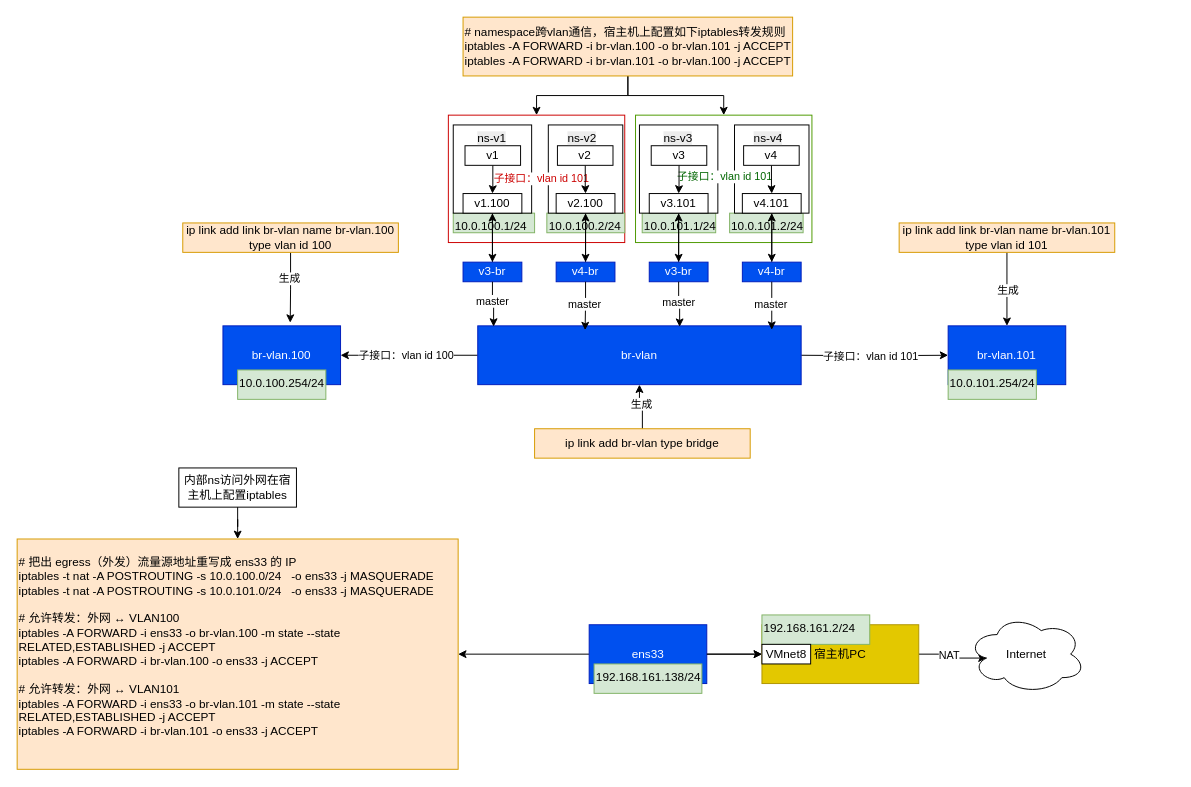
Above: vlan-模拟测试.drawio in lovegood66/network (draw.io), before the change. Source tidied: cells renumbered, new cells numbered last; positions are measured from the earlier drawing's top-left corner, leaving out a move shared by most shapes. Both pictures are drawn from the tidied source at 98%, with x=0, y=0 at pixel (17, 17).
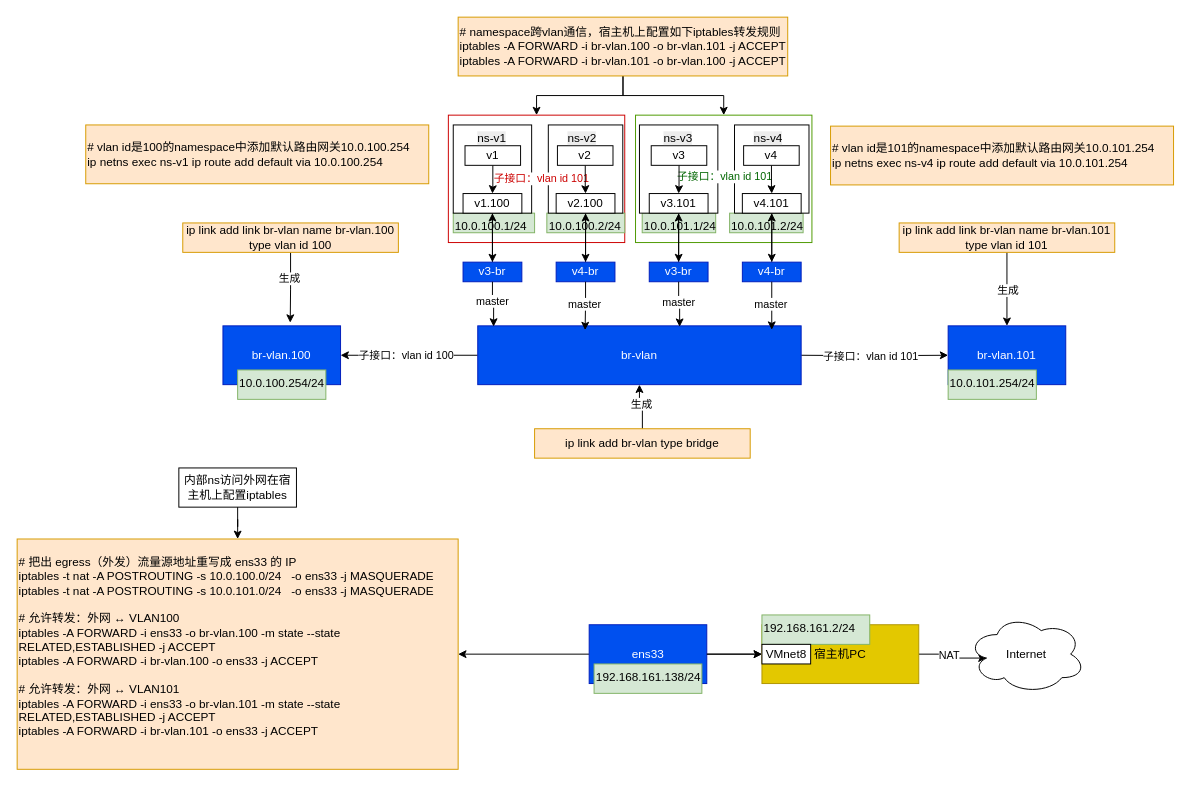
The same diagram, later.

Commit message:
更新vlan-模拟测试 531 16:46

The edit, as a diff of the source:
```diff
@@
     <mxCell id="84" value="&lt;div&gt;&lt;div&gt;&lt;div&gt;# namespace跨vlan通信，宿主机上配置如下iptables转发规则&lt;/div&gt;&lt;div&gt;iptables -A FORWARD -i br-vlan.100 -o br-vlan.101 -j ACCEPT&lt;/div&gt;&lt;div&gt;iptables -A FORWARD -i br-vlan.101 -o br-vlan.100 -j ACCEPT&lt;/div&gt;&lt;/div&gt;&lt;/div&gt;" style="text;html=1;align=left;verticalAlign=middle;whiteSpace=wrap;rounded=0;fillColor=#ffe6cc;strokeColor=#d79b00;" parent="1" vertex="1">
-      <mxGeometry x="455" width="336.3" height="60" as="geometry" />
+      <mxGeometry x="450" width="336.3" height="60" as="geometry" />
     </mxCell>
+    <mxCell id="85" value="&lt;div&gt;&lt;div&gt;&lt;div&gt;# vlan id是100的namespace中添加默认路由网关10.0.100.254&lt;/div&gt;&lt;div&gt;ip netns exec ns-v1 ip route add default via 10.0.100.254&lt;/div&gt;&lt;/div&gt;&lt;/div&gt;" style="text;html=1;align=left;verticalAlign=middle;whiteSpace=wrap;rounded=0;fillColor=#ffe6cc;strokeColor=#d79b00;" parent="1" vertex="1">
+      <mxGeometry x="70" y="110" width="350" height="60" as="geometry" />
+    </mxCell>
+    <mxCell id="86" value="&lt;div&gt;&lt;div&gt;&lt;div&gt;# vlan id是101的namespace中添加默认路由网关10.0.101.254&lt;/div&gt;&lt;div&gt;ip netns exec ns-v4 ip route add default via 10.0.101.254&lt;/div&gt;&lt;/div&gt;&lt;/div&gt;" style="text;html=1;align=left;verticalAlign=middle;whiteSpace=wrap;rounded=0;fillColor=#ffe6cc;strokeColor=#d79b00;" parent="1" vertex="1">
+      <mxGeometry x="830" y="111.2" width="350" height="60" as="geometry" />
+    </mxCell>
```
